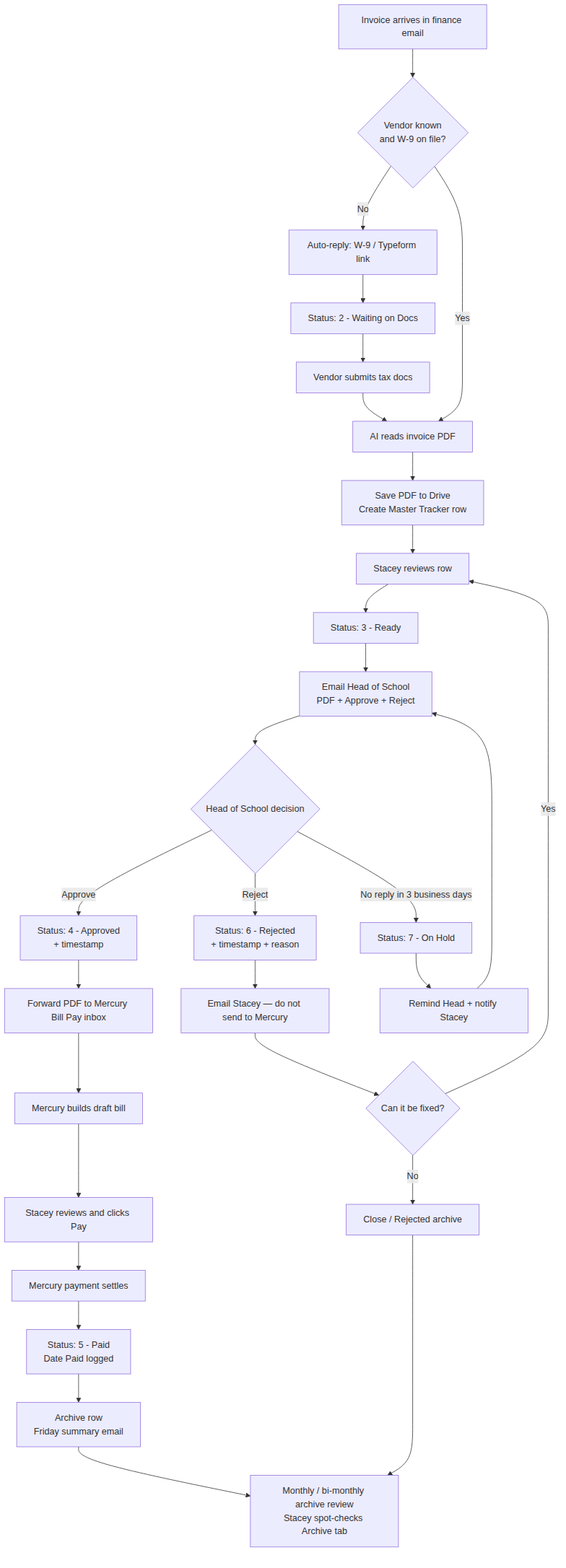
TheChaosDirector/TheChaosDirector keeps this Mermaid diagram as docs/invoice-workflow-diagram.png. Above is the earlier version. Its source is kept beside it as docs/invoice-workflow-diagram.mmd. Its diagram source:
```mermaid
flowchart TD
  A[Invoice arrives in finance email] --> B{Vendor known<br/>and W-9 on file?}

  B -->|No| C[Auto-reply: W-9 / Typeform link]
  C --> D[Status: 2 - Waiting on Docs]
  D --> E[Vendor submits tax docs]
  E --> F[AI reads invoice PDF]

  B -->|Yes| F

  F --> G[Save PDF to Drive<br/>Create Master Tracker row]
  G --> H[Stacey reviews row]
  H --> I[Status: 3 - Ready]
  I --> J[Email Head of School<br/>PDF + Approve + Reject]

  J --> K{Head of School decision}

  K -->|Approve| L[Status: 4 - Approved<br/>+ timestamp]
  L --> M[Forward PDF to Mercury Bill Pay inbox]
  M --> N[Mercury builds draft bill]
  N --> O[Stacey reviews and clicks Pay]
  O --> P[Mercury payment settles]
  P --> Q[Status: 5 - Paid<br/>Date Paid logged]
  Q --> R[Archive row<br/>Friday summary email]
  R --> Y[Monthly / bi-monthly archive review<br/>Stacey spot-checks Archive tab]

  K -->|Reject| S[Status: 6 - Rejected<br/>+ timestamp + reason]
  S --> T[Email Stacey — do not send to Mercury]
  T --> U{Can it be fixed?}
  U -->|Yes| H
  U -->|No| V[Close / Rejected archive]
  V --> Y

  K -->|No reply in 3 business days| W[Status: 7 - On Hold]
  W --> X[Remind Head + notify Stacey]
  X --> J
```
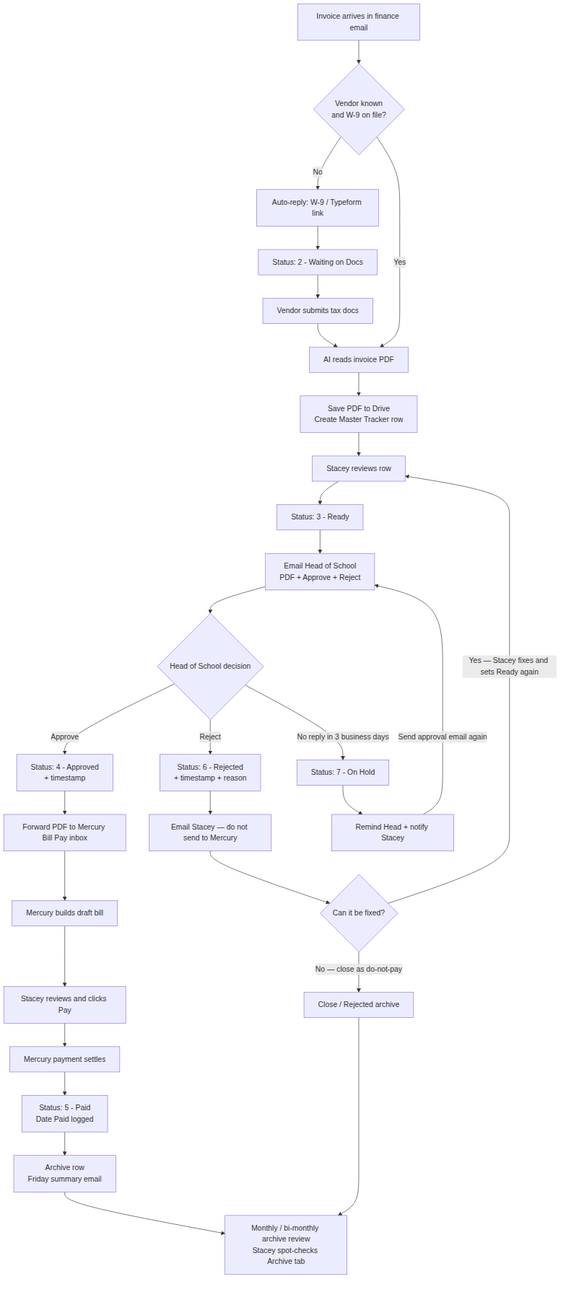
After the change.

Commit message:
Clarify On Hold vs Reject paths in workflow diagram

Regenerates PNG/SVG so no-reply loops back to the approval email,
while only Reject goes through the fix-or-close decision.

What changed in the source:
```diff
@@ -27,10 +27,10 @@
   K -->|Reject| S[Status: 6 - Rejected<br/>+ timestamp + reason]
   S --> T[Email Stacey — do not send to Mercury]
   T --> U{Can it be fixed?}
-  U -->|Yes| H
-  U -->|No| V[Close / Rejected archive]
+  U -->|Yes — Stacey fixes and sets Ready again| H
+  U -->|No — close as do-not-pay| V[Close / Rejected archive]
   V --> Y
 
   K -->|No reply in 3 business days| W[Status: 7 - On Hold]
   W --> X[Remind Head + notify Stacey]
-  X --> J
+  X -->|Send approval email again| J
```
